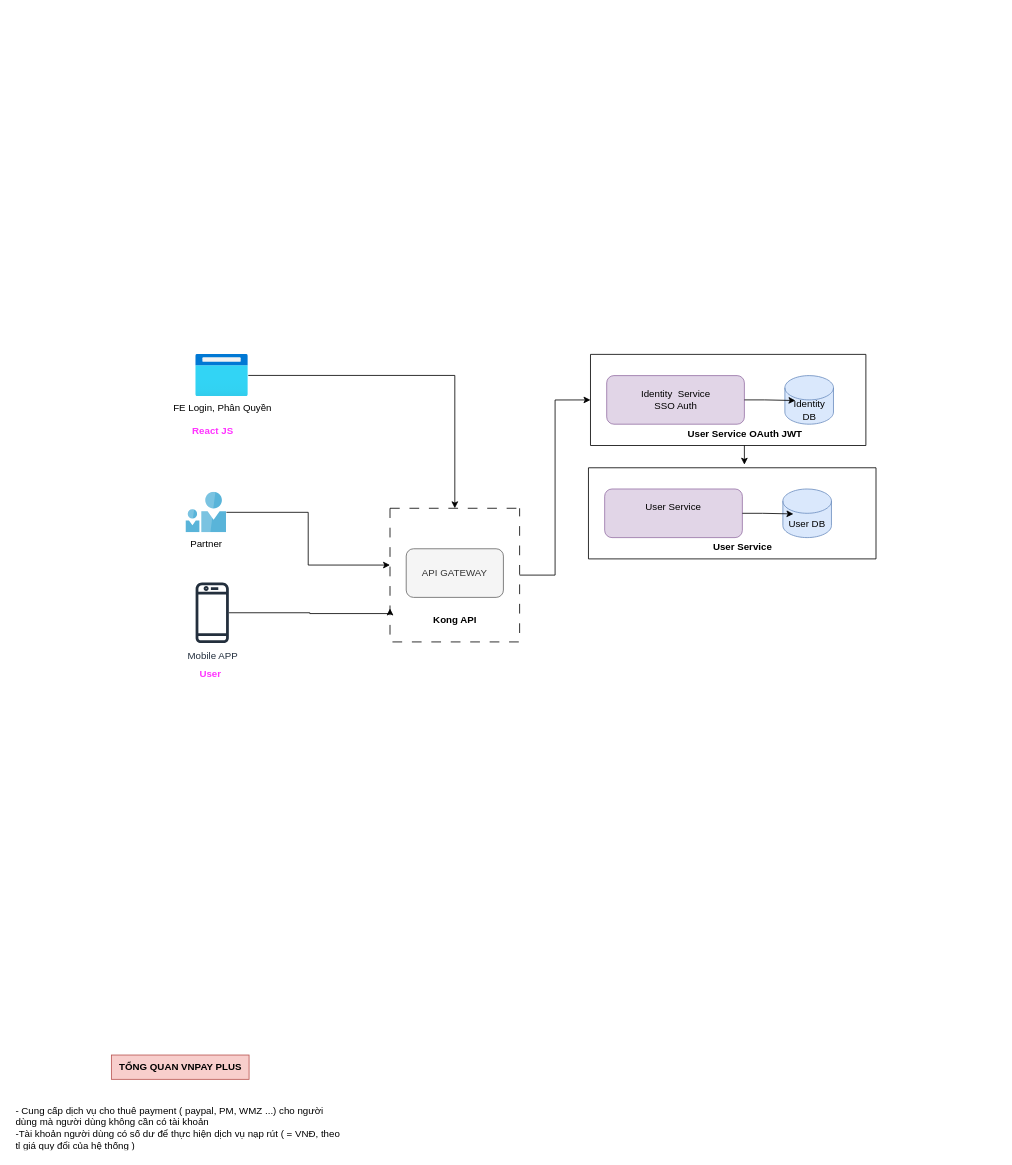
The draw.io diagram SSO servicer.drawio in bachdev/diagram, before the edit. Source tidied: cells renumbered, new cells numbered last; positions are measured from the earlier drawing's top-left corner, leaving out a move shared by most shapes. Both pictures are drawn from the tidied source at 81%, with x=0, y=0 at pixel (14, 354).
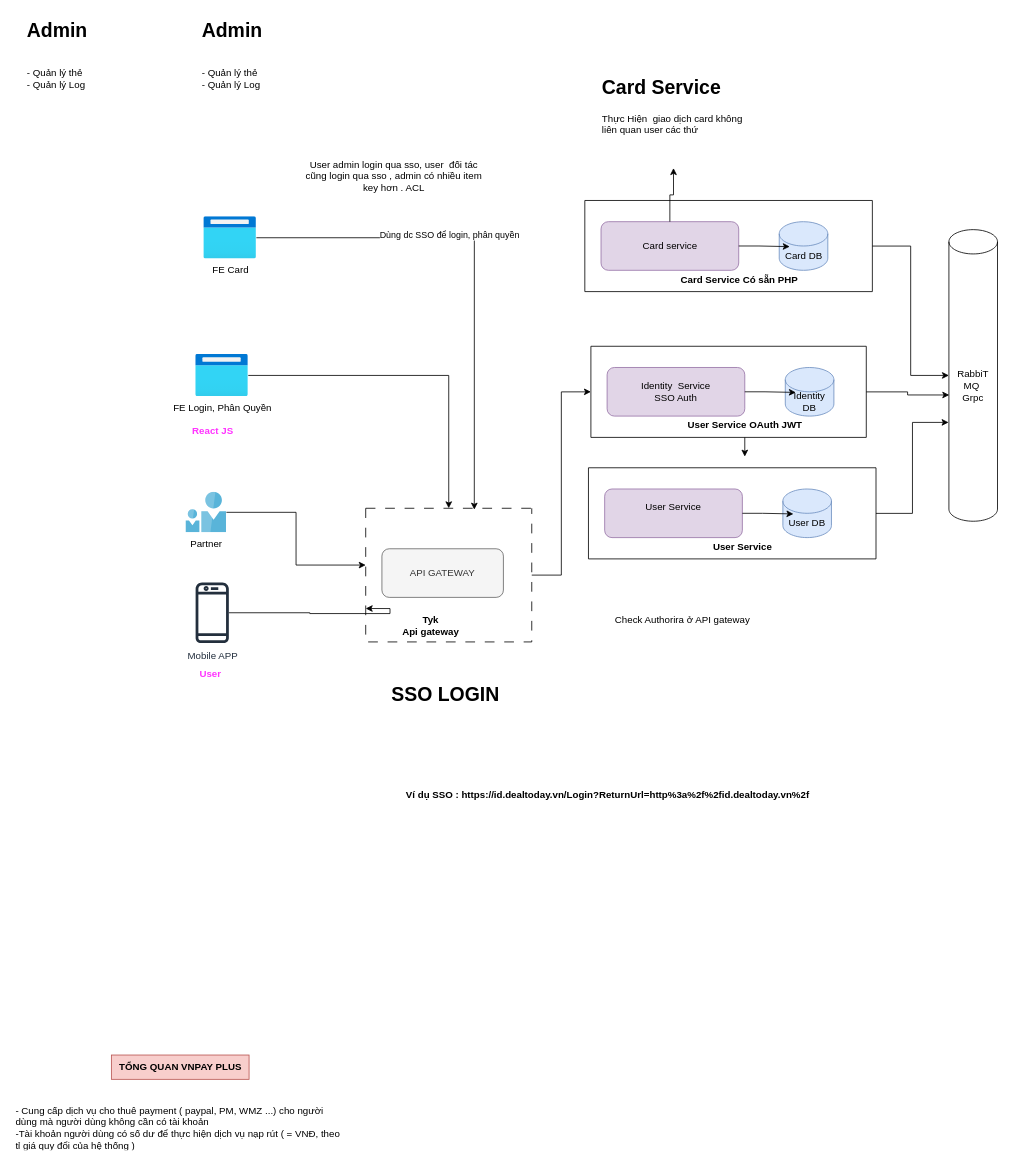
The same diagram, later.

Unchanged cells that the change refers to:
```xml
<mxCell id="17" value="Post" style="swimlane;startSize=0;rounded=1;shadow=0;fontColor=none;labelBackgroundColor=none;noLabel=1;" parent="1" vertex="1">
  <mxGeometry x="709" y="140" width="355" height="112.5" as="geometry" />
</mxCell>
```

What changed in the source:
```diff
@@
     <mxCell id="3" value="API GATEWAY" style="swimlane;startSize=0;fontColor=none;noLabel=1;dashed=1;dashPattern=12 12;" parent="1" vertex="1">
-      <mxGeometry x="464" y="190" width="160" height="165" as="geometry" />
+      <mxGeometry x="434" y="190" width="205" height="165" as="geometry" />
     </mxCell>
     <mxCell id="4" value="API GATEWAY" style="rounded=1;whiteSpace=wrap;html=1;fillColor=#f5f5f5;fontColor=#333333;strokeColor=#666666;" parent="3" vertex="1">
-      <mxGeometry x="20" y="50" width="120" height="60" as="geometry" />
+      <mxGeometry x="20" y="50" width="150" height="60" as="geometry" />
     </mxCell>
-    <mxCell id="5" value="&lt;b&gt;Kong API&lt;/b&gt;&lt;div&gt;&lt;b&gt;&lt;br&gt;&lt;/b&gt;&lt;/div&gt;" style="text;html=1;align=center;verticalAlign=middle;strokeColor=none;fillColor=none;" parent="3" vertex="1">
-      <mxGeometry x="40" y="125" width="80" height="40" as="geometry" />
+    <mxCell id="5" value="&lt;b&gt;Tyk&lt;/b&gt;&lt;div&gt;&lt;b&gt;Api gateway&lt;/b&gt;&lt;/div&gt;" style="text;html=1;align=center;verticalAlign=middle;strokeColor=none;fillColor=none;" parent="3" vertex="1">
+      <mxGeometry x="35" y="125" width="90" height="40" as="geometry" />
     </mxCell>
     <mxCell id="6" value="Post" style="swimlane;startSize=0;rounded=1;shadow=0;fontColor=none;labelBackgroundColor=none;noLabel=1;" parent="1" vertex="1">
-      <mxGeometry x="711.5" width="340" height="112.5" as="geometry" />
+      <mxGeometry x="712" y="-10" width="340" height="112.5" as="geometry" />
     </mxCell>
@@
+    <mxCell id="27" value="&lt;h1 style=&quot;margin-top: 0px;&quot;&gt;SSO LOGIN&lt;/h1&gt;" style="text;html=1;whiteSpace=wrap;overflow=hidden;rounded=0;" parent="1" vertex="1">
+      <mxGeometry x="464" y="400" width="300" height="120" as="geometry" />
+    </mxCell>
+    <mxCell id="28" style="edgeStyle=orthogonalEdgeStyle;rounded=0;jettySize=auto;html=1;" parent="1" edge="1" source="29" target="41">
+      <mxGeometry relative="1" as="geometry" />
+    </mxCell>
+    <mxCell id="29" value="Post" style="swimlane;startSize=0;rounded=1;shadow=0;fontColor=none;labelBackgroundColor=none;noLabel=1;" parent="1" vertex="1">
+      <mxGeometry x="704.5" y="-190" width="355" height="112.5" as="geometry" />
+    </mxCell>
+    <mxCell id="30" value="&lt;b&gt;Card Service Có sẵn PHP&lt;br&gt;&lt;/b&gt;" style="text;html=1;align=center;verticalAlign=middle;strokeColor=none;fillColor=none;" parent="29" vertex="1">
+      <mxGeometry x="105" y="82.5" width="170" height="30" as="geometry" />
+    </mxCell>
+    <mxCell id="31" value="&lt;div&gt;Card service&lt;/div&gt;" style="rounded=1;whiteSpace=wrap;html=1;fillColor=#e1d5e7;strokeColor=#9673a6;" parent="29" vertex="1">
+      <mxGeometry x="20" y="26.2" width="170" height="60" as="geometry" />
+    </mxCell>
+    <mxCell id="32" value="Card DB" style="shape=cylinder3;whiteSpace=wrap;html=1;boundedLbl=1;backgroundOutline=1;size=15;fillColor=#dae8fc;strokeColor=#6c8ebf;" parent="29" vertex="1">
+      <mxGeometry x="240" y="26.2" width="60" height="60" as="geometry" />
+    </mxCell>
+    <mxCell id="33" style="edgeStyle=orthogonalEdgeStyle;rounded=0;jettySize=auto;html=1;entryX=0.217;entryY=0.513;entryDx=0;entryDy=0;entryPerimeter=0;" parent="29" edge="1" source="31" target="32">
+      <mxGeometry relative="1" as="geometry" />
+    </mxCell>
+    <mxCell id="34" value="&lt;h1 style=&quot;margin-top: 0px;&quot;&gt;Card Service&lt;/h1&gt;&lt;p&gt;Thực Hiện&amp;nbsp; giao dịch card không liên quan user các thứ&lt;/p&gt;" style="text;html=1;whiteSpace=wrap;overflow=hidden;rounded=0;" parent="1" vertex="1">
+      <mxGeometry x="724" y="-350" width="180" height="120" as="geometry" />
+    </mxCell>
+    <mxCell id="35" value="FE Card" style="image;html=1;points=[];align=center;fontSize=12;image=img/lib/azure2/general/Browser.svg;" parent="1" vertex="1">
+      <mxGeometry x="234" y="-170" width="65" height="52" as="geometry" />
+    </mxCell>
+    <mxCell id="36" style="edgeStyle=orthogonalEdgeStyle;rounded=0;jettySize=auto;html=1;entryX=0.654;entryY=0.01;entryDx=0;entryDy=0;entryPerimeter=0;" parent="1" edge="1" source="35" target="3">
+      <mxGeometry relative="1" as="geometry" />
+    </mxCell>
+    <mxCell id="37" value="Dùng dc SSO để login, phân quyền&amp;nbsp;" style="edgeLabel;html=1;align=center;verticalAlign=middle;" parent="36" vertex="1">
+      <mxGeometry x="-0.21" y="4" relative="1" as="geometry" />
+    </mxCell>
+    <mxCell id="38" value="User admin login qua sso, user&amp;nbsp; đối tác cũng login qua sso , admin có nhiều item key hơn . ACL" style="text;html=1;align=center;verticalAlign=middle;whiteSpace=wrap;rounded=0;" parent="1" vertex="1">
+      <mxGeometry x="354" y="-250" width="230" height="60" as="geometry" />
+    </mxCell>
+    <mxCell id="39" value="Check Authorira ở API gateway&amp;nbsp;" style="text;html=1;align=center;verticalAlign=middle;whiteSpace=wrap;rounded=0;" parent="1" vertex="1">
+      <mxGeometry x="712" y="298" width="230" height="60" as="geometry" />
+    </mxCell>
+    <mxCell id="40" style="edgeStyle=orthogonalEdgeStyle;rounded=0;jettySize=auto;html=1;" parent="1" edge="1" source="31" target="34">
+      <mxGeometry relative="1" as="geometry" />
+    </mxCell>
+    <mxCell id="41" value="RabbiT MQ&amp;nbsp;&lt;div&gt;Grpc&lt;/div&gt;" style="shape=cylinder3;whiteSpace=wrap;html=1;boundedLbl=1;backgroundOutline=1;size=15;" parent="1" vertex="1">
+      <mxGeometry x="1154" y="-154" width="60" height="360" as="geometry" />
+    </mxCell>
+    <mxCell id="42" style="edgeStyle=orthogonalEdgeStyle;rounded=0;jettySize=auto;html=1;entryX=0.007;entryY=0.567;entryDx=0;entryDy=0;entryPerimeter=0;" parent="1" edge="1" source="6" target="41">
+      <mxGeometry relative="1" as="geometry" />
+    </mxCell>
+    <mxCell id="43" style="edgeStyle=orthogonalEdgeStyle;rounded=0;jettySize=auto;html=1;entryX=-0.007;entryY=0.661;entryDx=0;entryDy=0;entryPerimeter=0;" parent="1" edge="1" source="17" target="41">
+      <mxGeometry relative="1" as="geometry" />
+    </mxCell>
+    <mxCell id="44" value="&lt;h1 style=&quot;margin-top: 0px;&quot;&gt;Admin&lt;/h1&gt;&lt;div&gt;&lt;br&gt;&lt;/div&gt;&lt;div&gt;- Quản lý thẻ&lt;/div&gt;&lt;div&gt;- Quản lý Log&lt;/div&gt;" style="text;html=1;whiteSpace=wrap;overflow=hidden;rounded=0;" parent="1" vertex="1">
+      <mxGeometry x="14" y="-420" width="180" height="120" as="geometry" />
+    </mxCell>
+    <mxCell id="45" value="&lt;h1 style=&quot;margin-top: 0px;&quot;&gt;Admin&lt;/h1&gt;&lt;div&gt;&lt;br&gt;&lt;/div&gt;&lt;div&gt;- Quản lý thẻ&lt;/div&gt;&lt;div&gt;- Quản lý Log&lt;/div&gt;" style="text;html=1;whiteSpace=wrap;overflow=hidden;rounded=0;" parent="1" vertex="1">
+      <mxGeometry x="230" y="-420" width="180" height="120" as="geometry" />
+    </mxCell>
+    <mxCell id="46" value="Ví dụ SSO : https://id.dealtoday.vn/Login?ReturnUrl=http%3a%2f%2fid.dealtoday.vn%2f" style="text;whiteSpace=wrap;fontStyle=1;" parent="1" vertex="1">
+      <mxGeometry x="482" y="530" width="570" height="40" as="geometry" />
+    </mxCell>
```
